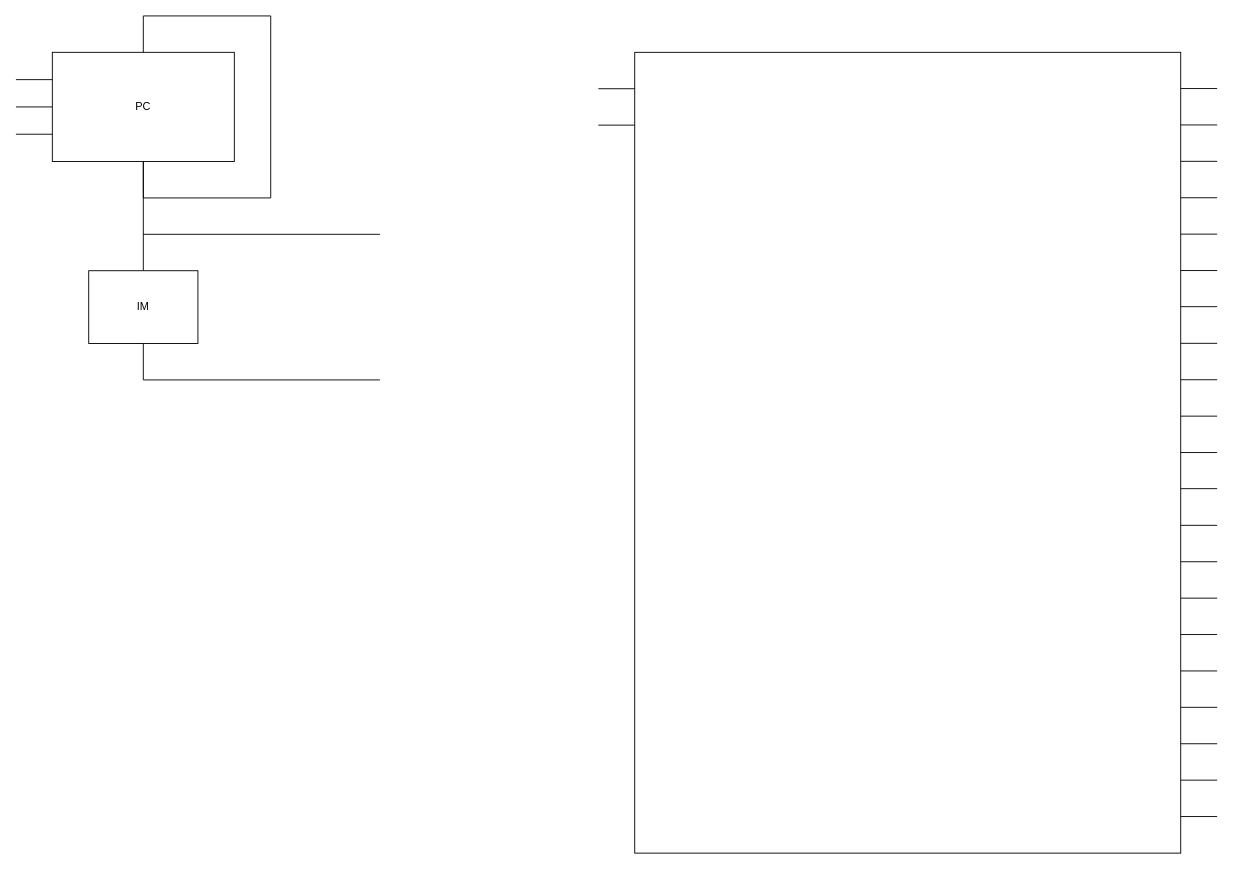
wangjuhai/SlimeMIPS keeps this draw.io diagram as CPUNG.drawio. Above is the earlier version. Source tidied: cells renumbered, new cells numbered last; positions are measured from the earlier drawing's top-left corner, leaving out a move shared by most shapes. Both pictures are drawn from the tidied source at 91%, with x=0, y=0 at pixel (15, 15).
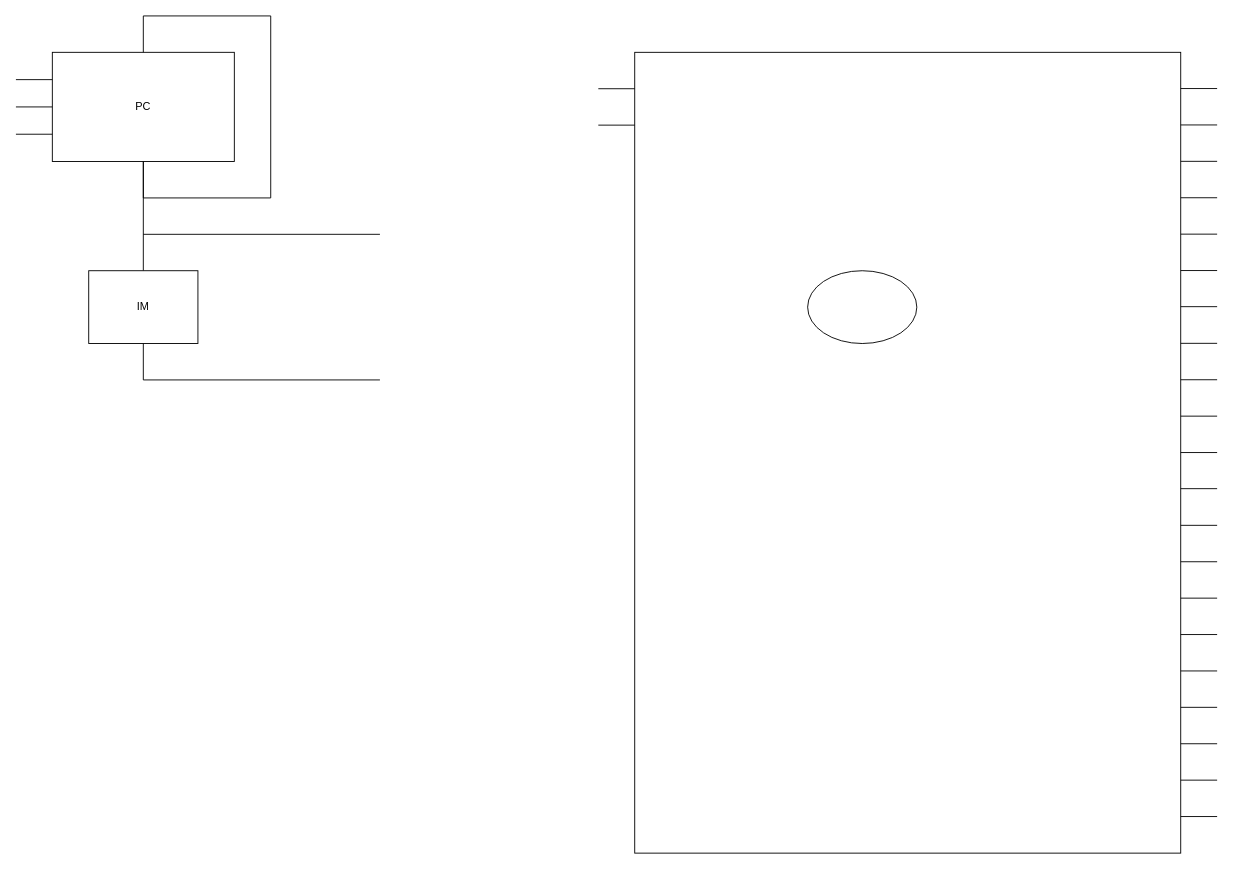
Above is the later version.

What changed in the source:
```diff
@@
+    <mxCell id="35" style="ellipse;whiteSpace=wrap;html=1;" parent="1" vertex="1">
+      <mxGeometry x="870" y="280" width="120" height="80" as="geometry" />
+    </mxCell>
```
